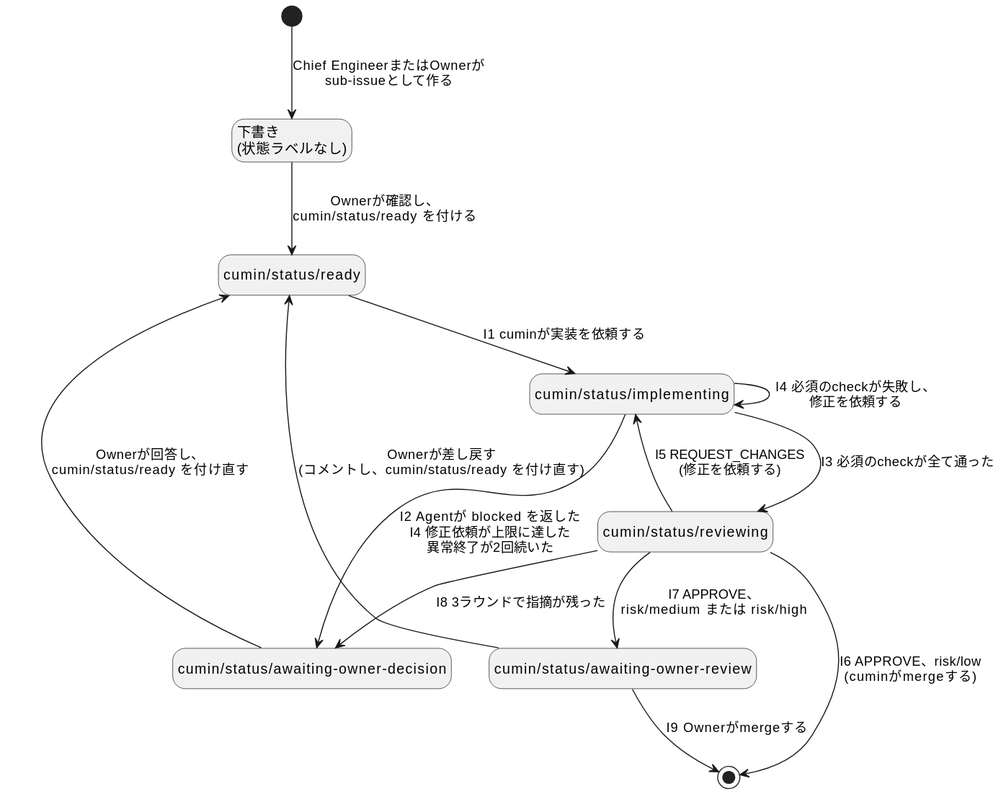
Above: docs/ja/requirements/workflow/implementation-issue-states.svg in cloveclovedev/cumin-works (PlantUML), before the change.
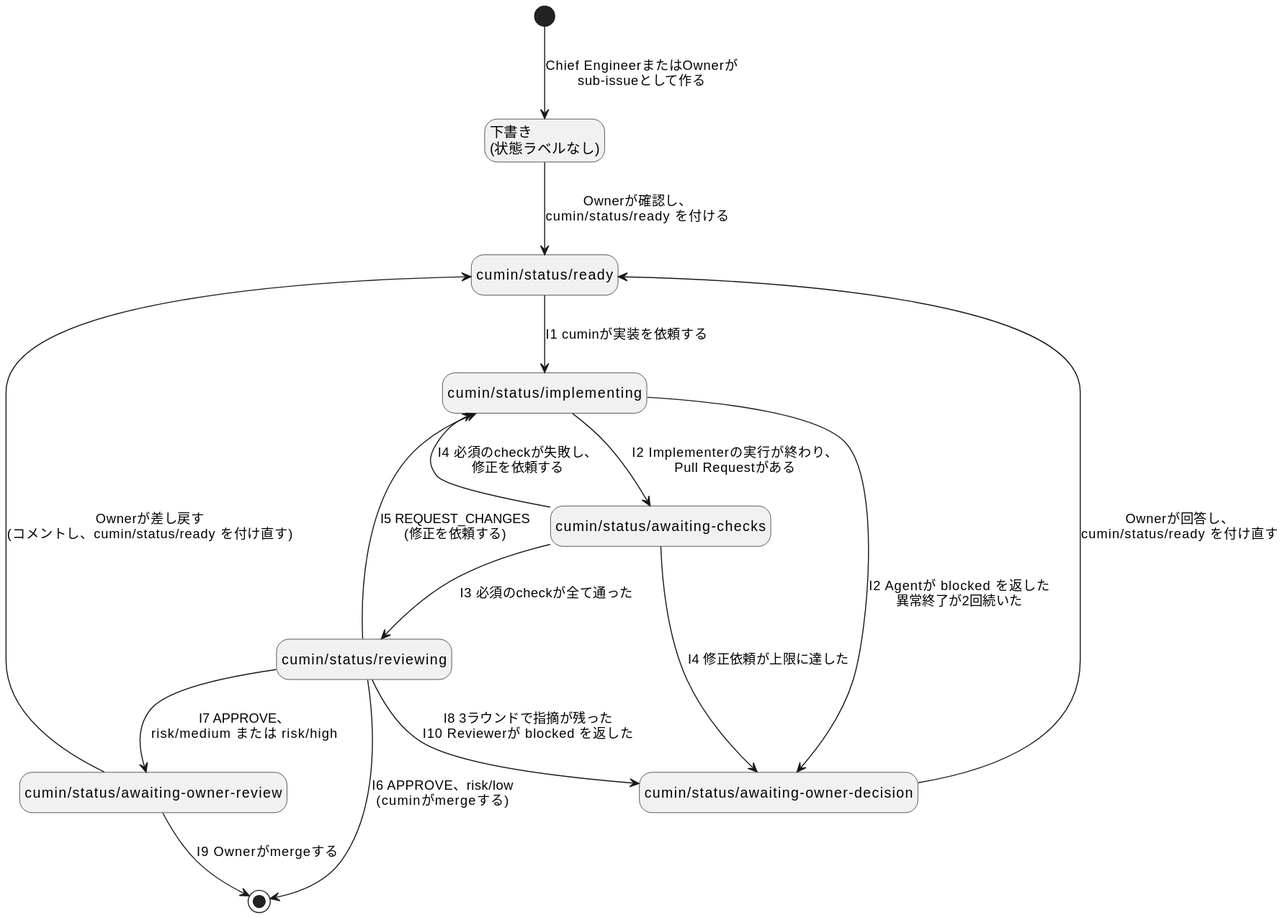
Above is the later version.

Diff of the diagram source:
```diff
@@ -5,6 +5,7 @@
 state "下書き\n(状態ラベルなし)" as Draft
 state "cumin/status/ready" as Ready
 state "cumin/status/implementing" as Implementing
+state "cumin/status/awaiting-checks" as Checks
 state "cumin/status/reviewing" as Reviewing
 state "cumin/status/awaiting-owner-review" as OwnerReview
 state "cumin/status/awaiting-owner-decision" as Decision
@@ -12,13 +13,15 @@
 [*] --> Draft : Chief EngineerまたはOwnerが\nsub-issueとして作る
 Draft --> Ready : Ownerが確認し、\ncumin/status/ready を付ける
 Ready --> Implementing : I1 cuminが実装を依頼する
-Implementing --> Implementing : I4 必須のcheckが失敗し、\n修正を依頼する
-Implementing --> Reviewing : I3 必須のcheckが全て通った
+Implementing --> Checks : I2 Implementerの実行が終わり、\nPull Requestがある
+Checks --> Implementing : I4 必須のcheckが失敗し、\n修正を依頼する
+Checks --> Reviewing : I3 必須のcheckが全て通った
 Reviewing --> Implementing : I5 REQUEST_CHANGES\n(修正を依頼する)
 Reviewing --> [*] : I6 APPROVE、risk/low\n(cuminがmergeする)
 Reviewing --> OwnerReview : I7 APPROVE、\nrisk/medium または risk/high
-Reviewing --> Decision : I8 3ラウンドで指摘が残った
-Implementing --> Decision : I2 Agentが blocked を返した\nI4 修正依頼が上限に達した\n異常終了が2回続いた
+Reviewing --> Decision : I8 3ラウンドで指摘が残った\nI10 Reviewerが blocked を返した
+Implementing --> Decision : I2 Agentが blocked を返した\n異常終了が2回続いた
+Checks --> Decision : I4 修正依頼が上限に達した
 OwnerReview --> [*] : I9 Ownerがmergeする
 OwnerReview --> Ready : Ownerが差し戻す\n(コメントし、cumin/status/ready を付け直す)
 Decision --> Ready : Ownerが回答し、\ncumin/status/ready を付け直す
```
